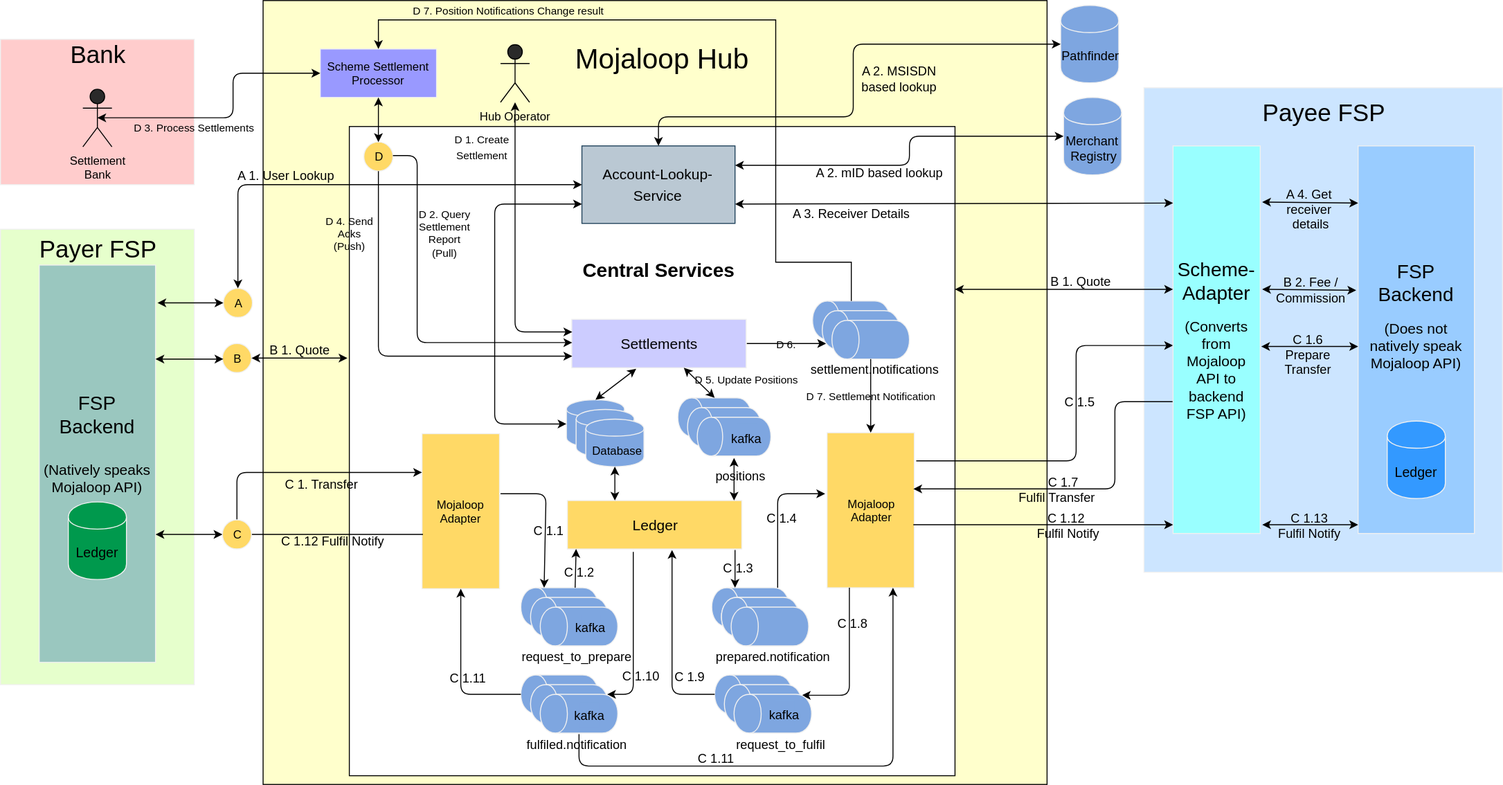
Before: Diagrams/ArchitectureDiagrams/Arch-Flows-End-to-End.svg, a diagram exported from draw.io (ggrg/docs). Source tidied: cells renumbered, new cells last; positions are measured from the earlier drawing's top-left corner, leaving out a move shared by most shapes.
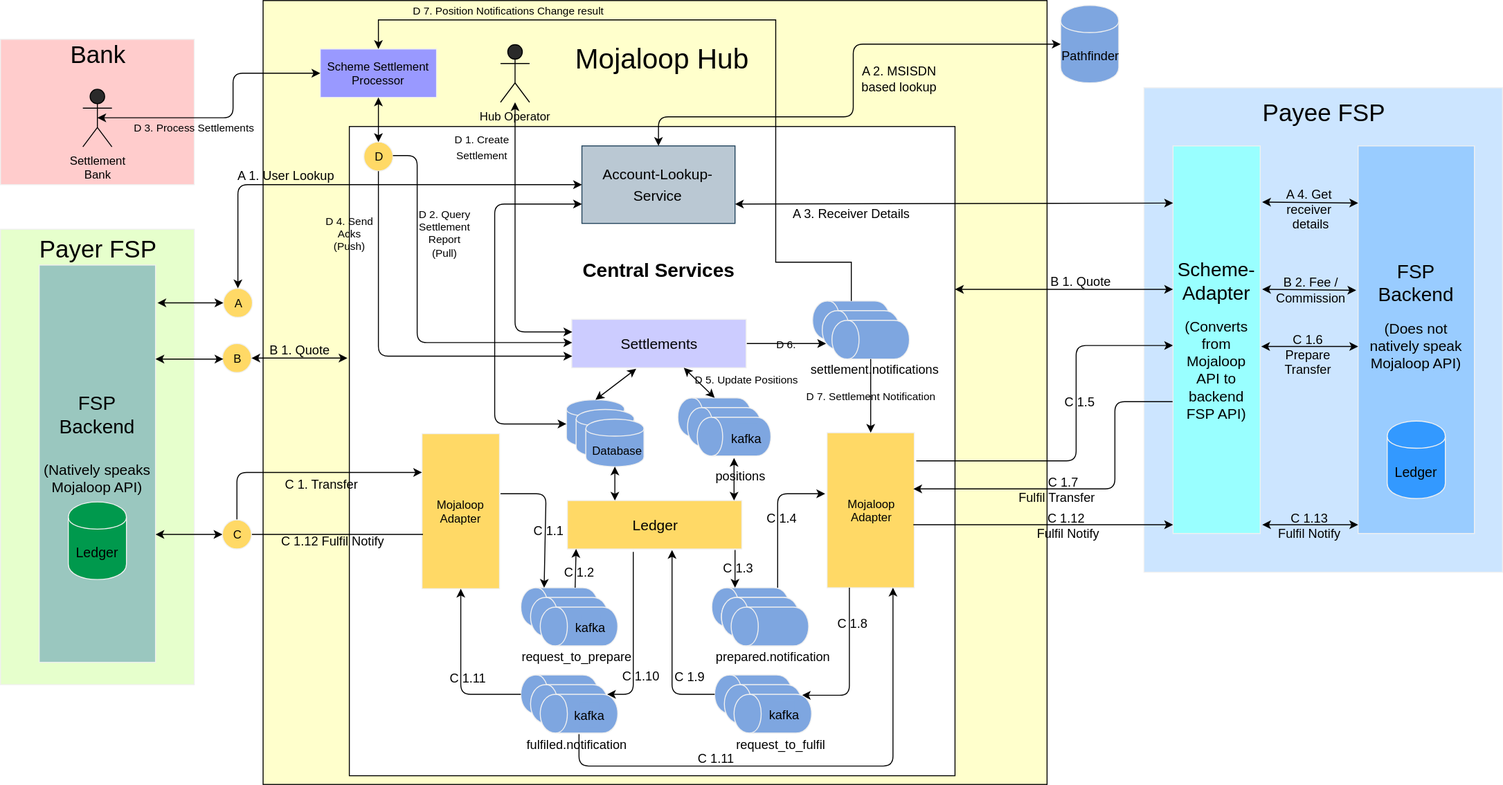
After the change.

Commit message:
removed merchant lookup

Change to the diagram source:
```diff
@@ -300,22 +300,6 @@
         <mxPoint x="230" y="370" as="targetPoint" />
       </mxGeometry>
     </mxCell>
-    <mxCell id="72" value="Merchant&amp;nbsp;&lt;br style=&quot;font-size: 13px;&quot;&gt;Registry&lt;br style=&quot;font-size: 13px;&quot;&gt;" style="shape=cylinder;whiteSpace=wrap;html=1;boundedLbl=1;fillColor=#7EA6E0;fontSize=13;spacingLeft=1;fontColor=#000000;" parent="1" vertex="1">
-      <mxGeometry x="1097" y="100" width="60" height="80" as="geometry" />
-    </mxCell>
-    <mxCell id="73" style="endArrow=classic;startArrow=classic;html=1;entryX=0;entryY=0.5;exitX=1;exitY=0.25;fontColor=#000000;strokeColor=#000000;" parent="1" edge="1" source="45" target="72">
-      <mxGeometry relative="1" as="geometry">
-        <Array as="points">
-          <mxPoint x="938" y="170" />
-          <mxPoint x="938" y="140" />
-        </Array>
-      </mxGeometry>
-    </mxCell>
-    <mxCell id="74" value="A 2. mID based lookup" style="text;html=1;align=center;verticalAlign=middle;labelBackgroundColor=none;fontSize=13;fontColor=#000000;" parent="73" vertex="1">
-      <mxGeometry x="-0.47" y="2" relative="1" as="geometry">
-        <mxPoint x="52" y="9" as="offset" />
-      </mxGeometry>
-    </mxCell>
     <mxCell id="75" style="endArrow=classic;startArrow=classic;html=1;exitX=1;exitY=0.5;entryX=-0.003;entryY=0.357;entryPerimeter=0;fontColor=#000000;strokeColor=#000000;" parent="1" edge="1" source="70" target="6">
       <mxGeometry relative="1" as="geometry" />
     </mxCell>
```
